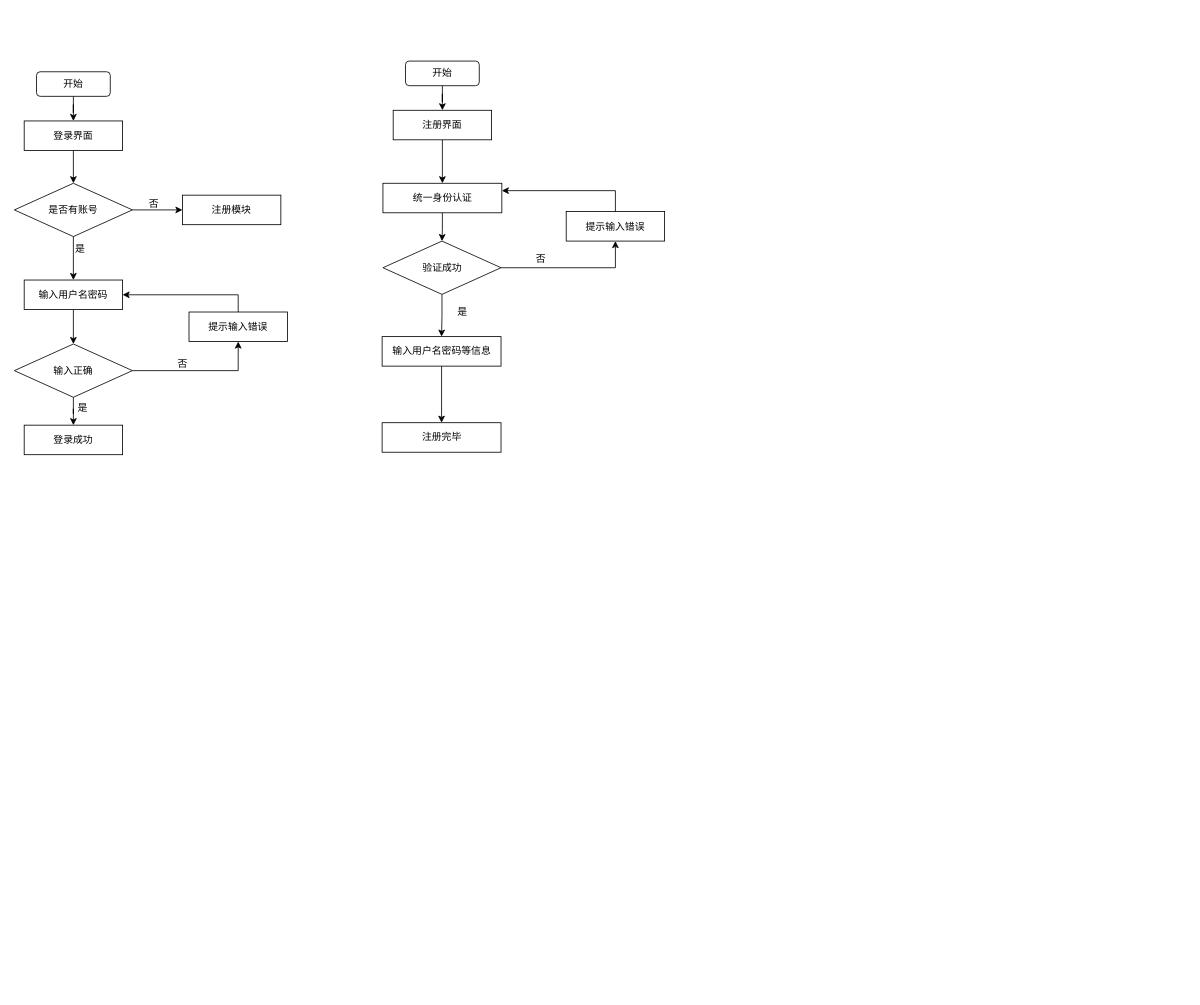
Above: pic/用户注册.drawio in ZYNsama666/Software_engineering (draw.io), before the change. Source tidied: cells renumbered, new cells numbered last; positions are measured from the earlier drawing's top-left corner, leaving out a move shared by most shapes. Both pictures are drawn from the tidied source at 82%, with x=0, y=0 at pixel (14, 61).
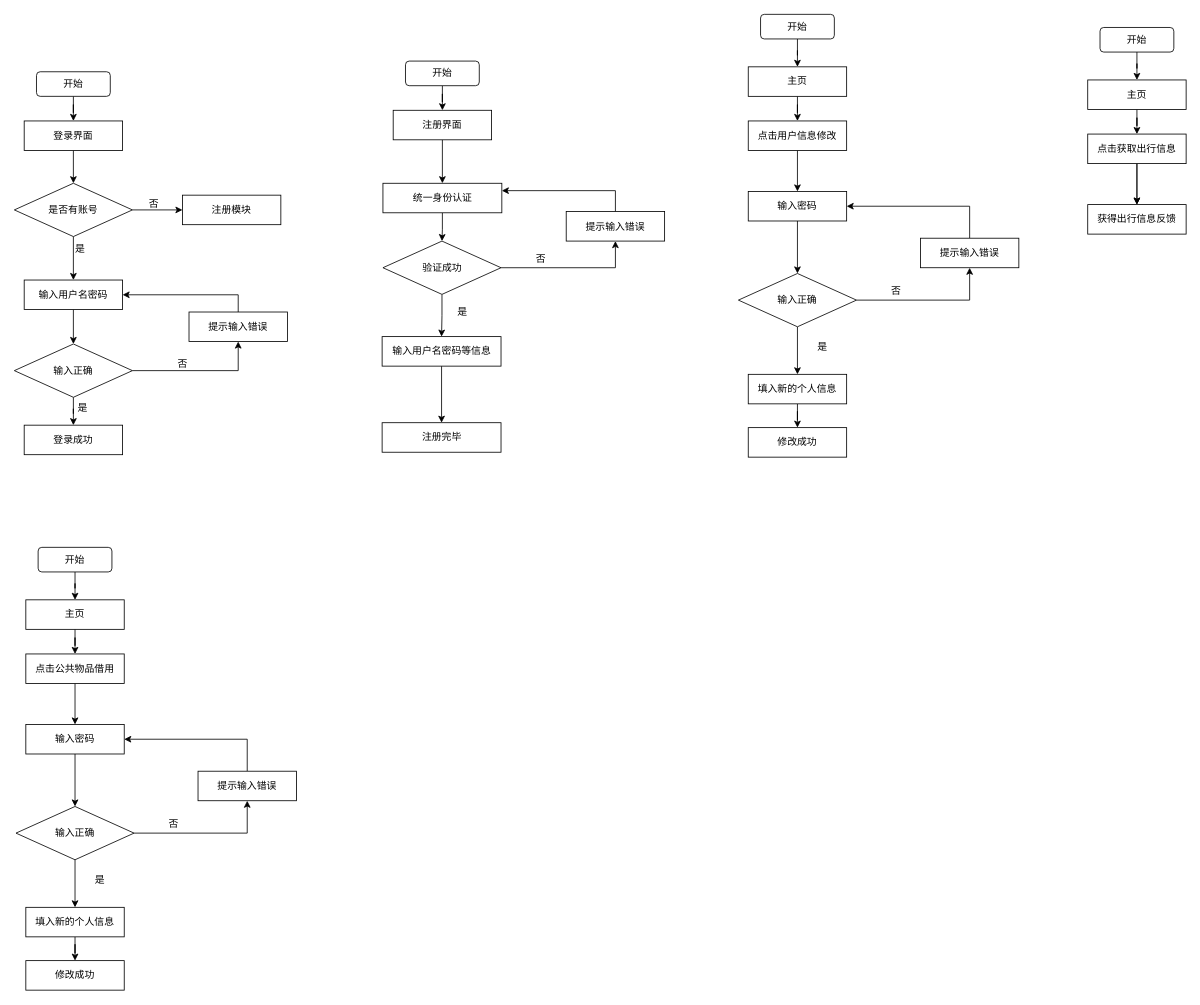
Above is the later version.

Commit message (it also covers changes not shown here):
更新用户注册.drawio

What changed in the source:
```diff
@@
+    <mxCell id="38" style="edgeStyle=orthogonalEdgeStyle;rounded=0;jettySize=auto;html=1;entryX=0.5;entryY=0;entryDx=0;entryDy=0;" parent="1" edge="1" source="39" target="41">
+      <mxGeometry relative="1" as="geometry" />
+    </mxCell>
+    <mxCell id="39" value="开始" style="rounded=1;whiteSpace=wrap;html=1;" parent="1" vertex="1">
+      <mxGeometry x="910" y="-57" width="90" height="30" as="geometry" />
+    </mxCell>
+    <mxCell id="40" style="edgeStyle=orthogonalEdgeStyle;rounded=0;jettySize=auto;html=1;" parent="1" edge="1" source="41" target="52">
+      <mxGeometry relative="1" as="geometry" />
+    </mxCell>
+    <mxCell id="41" value="主页" style="rounded=0;whiteSpace=wrap;html=1;" parent="1" vertex="1">
+      <mxGeometry x="895" y="7" width="120" height="36" as="geometry" />
+    </mxCell>
+    <mxCell id="42" style="edgeStyle=orthogonalEdgeStyle;rounded=0;jettySize=auto;html=1;" parent="1" edge="1" source="43" target="46">
+      <mxGeometry relative="1" as="geometry" />
+    </mxCell>
+    <mxCell id="43" value="输入密码" style="rounded=0;whiteSpace=wrap;html=1;" parent="1" vertex="1">
+      <mxGeometry x="895" y="159" width="120" height="36" as="geometry" />
+    </mxCell>
+    <mxCell id="44" style="edgeStyle=orthogonalEdgeStyle;rounded=0;jettySize=auto;html=1;entryX=0.5;entryY=1;entryDx=0;entryDy=0;" parent="1" edge="1" source="46" target="48">
+      <mxGeometry relative="1" as="geometry" />
+    </mxCell>
+    <mxCell id="45" style="edgeStyle=orthogonalEdgeStyle;rounded=0;jettySize=auto;html=1;" parent="1" edge="1" source="46" target="54">
+      <mxGeometry relative="1" as="geometry" />
+    </mxCell>
+    <mxCell id="46" value="输入正确" style="rhombus;whiteSpace=wrap;html=1;" parent="1" vertex="1">
+      <mxGeometry x="883" y="259" width="144" height="65" as="geometry" />
+    </mxCell>
+    <mxCell id="47" style="edgeStyle=orthogonalEdgeStyle;rounded=0;jettySize=auto;html=1;entryX=1;entryY=0.5;entryDx=0;entryDy=0;" parent="1" edge="1" source="48" target="43">
+      <mxGeometry relative="1" as="geometry">
+        <Array as="points">
+          <mxPoint x="1165" y="177" />
+        </Array>
+      </mxGeometry>
+    </mxCell>
+    <mxCell id="48" value="提示输入错误" style="rounded=0;whiteSpace=wrap;html=1;" parent="1" vertex="1">
+      <mxGeometry x="1105" y="216" width="120" height="36" as="geometry" />
+    </mxCell>
+    <mxCell id="49" value="否" style="text;html=1;align=center;verticalAlign=middle;strokeColor=none;fillColor=none;" parent="1" vertex="1">
+      <mxGeometry x="1059.5" y="267" width="30" height="26" as="geometry" />
+    </mxCell>
+    <mxCell id="50" value="是" style="text;html=1;align=center;verticalAlign=middle;strokeColor=none;fillColor=none;" parent="1" vertex="1">
+      <mxGeometry x="970" y="336" width="30" height="26" as="geometry" />
+    </mxCell>
+    <mxCell id="51" style="edgeStyle=orthogonalEdgeStyle;rounded=0;jettySize=auto;html=1;entryX=0.5;entryY=0;entryDx=0;entryDy=0;" parent="1" edge="1" source="52" target="43">
+      <mxGeometry relative="1" as="geometry" />
+    </mxCell>
+    <mxCell id="52" value="点击用户信息修改" style="rounded=0;whiteSpace=wrap;html=1;" parent="1" vertex="1">
+      <mxGeometry x="895" y="73" width="120" height="36" as="geometry" />
+    </mxCell>
+    <mxCell id="53" style="edgeStyle=orthogonalEdgeStyle;rounded=0;jettySize=auto;html=1;" parent="1" edge="1" source="54" target="55">
+      <mxGeometry relative="1" as="geometry" />
+    </mxCell>
+    <mxCell id="54" value="填入新的个人信息" style="rounded=0;whiteSpace=wrap;html=1;" parent="1" vertex="1">
+      <mxGeometry x="895" y="382" width="120" height="36" as="geometry" />
+    </mxCell>
+    <mxCell id="55" value="修改成功" style="rounded=0;whiteSpace=wrap;html=1;" parent="1" vertex="1">
+      <mxGeometry x="895" y="447" width="120" height="36" as="geometry" />
+    </mxCell>
+    <mxCell id="56" style="edgeStyle=orthogonalEdgeStyle;rounded=0;jettySize=auto;html=1;entryX=0.5;entryY=0;entryDx=0;entryDy=0;" parent="1" edge="1" source="57" target="59">
+      <mxGeometry relative="1" as="geometry" />
+    </mxCell>
+    <mxCell id="57" value="开始" style="rounded=1;whiteSpace=wrap;html=1;" parent="1" vertex="1">
+      <mxGeometry x="1324" y="-41" width="90" height="30" as="geometry" />
+    </mxCell>
+    <mxCell id="58" style="edgeStyle=orthogonalEdgeStyle;rounded=0;jettySize=auto;html=1;" parent="1" edge="1" source="59" target="63">
+      <mxGeometry relative="1" as="geometry" />
+    </mxCell>
+    <mxCell id="59" value="主页" style="rounded=0;whiteSpace=wrap;html=1;" parent="1" vertex="1">
+      <mxGeometry x="1309" y="23" width="120" height="36" as="geometry" />
+    </mxCell>
+    <mxCell id="60" value="获得出行信息反馈" style="rounded=0;whiteSpace=wrap;html=1;" parent="1" vertex="1">
+      <mxGeometry x="1309" y="175" width="120" height="36" as="geometry" />
+    </mxCell>
+    <mxCell id="61" style="edgeStyle=orthogonalEdgeStyle;rounded=0;jettySize=auto;html=1;entryX=0.5;entryY=0;entryDx=0;entryDy=0;" parent="1" edge="1" source="63" target="60">
+      <mxGeometry relative="1" as="geometry" />
+    </mxCell>
+    <mxCell id="62" style="edgeStyle=orthogonalEdgeStyle;rounded=0;jettySize=auto;html=1;" parent="1" edge="1" source="63" target="60">
+      <mxGeometry relative="1" as="geometry" />
+    </mxCell>
+    <mxCell id="63" value="点击获取出行信息" style="rounded=0;whiteSpace=wrap;html=1;" parent="1" vertex="1">
+      <mxGeometry x="1309" y="89" width="120" height="36" as="geometry" />
+    </mxCell>
+    <mxCell id="64" style="edgeStyle=orthogonalEdgeStyle;rounded=0;jettySize=auto;html=1;entryX=0.5;entryY=0;entryDx=0;entryDy=0;" parent="1" edge="1" source="65" target="67">
+      <mxGeometry relative="1" as="geometry" />
+    </mxCell>
+    <mxCell id="65" value="开始" style="rounded=1;whiteSpace=wrap;html=1;" parent="1" vertex="1">
+      <mxGeometry x="29" y="593" width="90" height="30" as="geometry" />
+    </mxCell>
+    <mxCell id="66" style="edgeStyle=orthogonalEdgeStyle;rounded=0;jettySize=auto;html=1;" parent="1" edge="1" source="67" target="78">
+      <mxGeometry relative="1" as="geometry" />
+    </mxCell>
+    <mxCell id="67" value="主页" style="rounded=0;whiteSpace=wrap;html=1;" parent="1" vertex="1">
+      <mxGeometry x="14" y="657" width="120" height="36" as="geometry" />
+    </mxCell>
+    <mxCell id="68" style="edgeStyle=orthogonalEdgeStyle;rounded=0;jettySize=auto;html=1;" parent="1" edge="1" source="69" target="72">
+      <mxGeometry relative="1" as="geometry" />
+    </mxCell>
+    <mxCell id="69" value="输入密码" style="rounded=0;whiteSpace=wrap;html=1;" parent="1" vertex="1">
+      <mxGeometry x="14" y="809" width="120" height="36" as="geometry" />
+    </mxCell>
+    <mxCell id="70" style="edgeStyle=orthogonalEdgeStyle;rounded=0;jettySize=auto;html=1;entryX=0.5;entryY=1;entryDx=0;entryDy=0;" parent="1" edge="1" source="72" target="74">
+      <mxGeometry relative="1" as="geometry" />
+    </mxCell>
+    <mxCell id="71" style="edgeStyle=orthogonalEdgeStyle;rounded=0;jettySize=auto;html=1;" parent="1" edge="1" source="72" target="80">
+      <mxGeometry relative="1" as="geometry" />
+    </mxCell>
+    <mxCell id="72" value="输入正确" style="rhombus;whiteSpace=wrap;html=1;" parent="1" vertex="1">
+      <mxGeometry x="2" y="909" width="144" height="65" as="geometry" />
+    </mxCell>
+    <mxCell id="73" style="edgeStyle=orthogonalEdgeStyle;rounded=0;jettySize=auto;html=1;entryX=1;entryY=0.5;entryDx=0;entryDy=0;" parent="1" edge="1" source="74" target="69">
+      <mxGeometry relative="1" as="geometry">
+        <Array as="points">
+          <mxPoint x="284" y="827" />
+        </Array>
+      </mxGeometry>
+    </mxCell>
+    <mxCell id="74" value="提示输入错误" style="rounded=0;whiteSpace=wrap;html=1;" parent="1" vertex="1">
+      <mxGeometry x="224" y="866" width="120" height="36" as="geometry" />
+    </mxCell>
+    <mxCell id="75" value="否" style="text;html=1;align=center;verticalAlign=middle;strokeColor=none;fillColor=none;" parent="1" vertex="1">
+      <mxGeometry x="178.5" y="917" width="30" height="26" as="geometry" />
+    </mxCell>
+    <mxCell id="76" value="是" style="text;html=1;align=center;verticalAlign=middle;strokeColor=none;fillColor=none;" parent="1" vertex="1">
+      <mxGeometry x="89" y="986" width="30" height="26" as="geometry" />
+    </mxCell>
+    <mxCell id="77" style="edgeStyle=orthogonalEdgeStyle;rounded=0;jettySize=auto;html=1;entryX=0.5;entryY=0;entryDx=0;entryDy=0;" parent="1" edge="1" source="78" target="69">
+      <mxGeometry relative="1" as="geometry" />
+    </mxCell>
+    <mxCell id="78" value="点击公共物品借用" style="rounded=0;whiteSpace=wrap;html=1;" parent="1" vertex="1">
+      <mxGeometry x="14" y="723" width="120" height="36" as="geometry" />
+    </mxCell>
+    <mxCell id="79" style="edgeStyle=orthogonalEdgeStyle;rounded=0;jettySize=auto;html=1;" parent="1" edge="1" source="80" target="81">
+      <mxGeometry relative="1" as="geometry" />
+    </mxCell>
+    <mxCell id="80" value="填入新的个人信息" style="rounded=0;whiteSpace=wrap;html=1;" parent="1" vertex="1">
+      <mxGeometry x="14" y="1032" width="120" height="36" as="geometry" />
+    </mxCell>
+    <mxCell id="81" value="修改成功" style="rounded=0;whiteSpace=wrap;html=1;" parent="1" vertex="1">
+      <mxGeometry x="14" y="1097" width="120" height="36" as="geometry" />
+    </mxCell>
```
